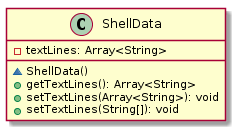
P-Kalin/kit26a keeps this PlantUML diagram as malokhvii-eduard/malokhvii04/doc/plantuml/png/ua.khpi.oop.malokhvii04.shell.ShellData.png. Above is the earlier version.
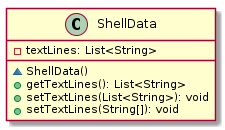
After the commit.

Change to the diagram source:
```diff
@@ -1,10 +1,10 @@
 @startuml
 
     class ShellData {
-        -textLines: Array<String>
+        -textLines: List<String>
         ~ShellData()
-        +getTextLines(): Array<String>
-        +setTextLines(Array<String>): void
+        +getTextLines(): List<String>
+        +setTextLines(List<String>): void
         +setTextLines(String[]): void
     }
 
```
